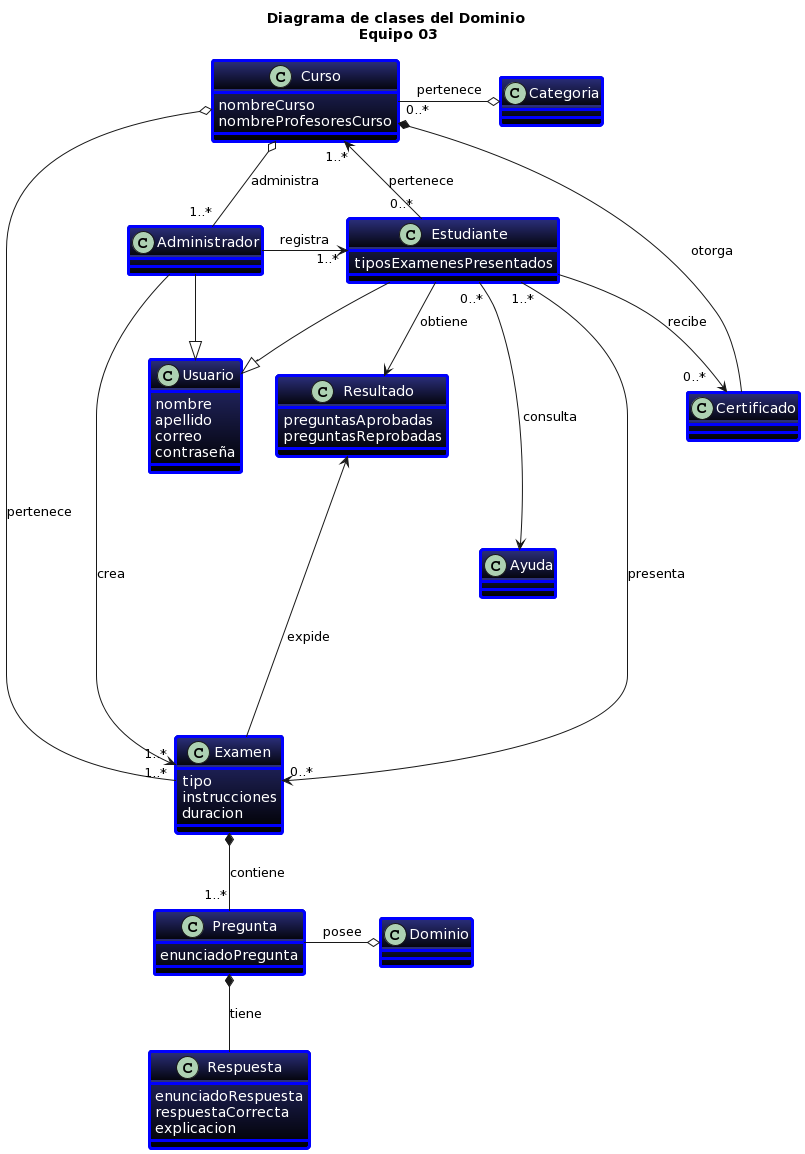
This is docs/scenariosView/diagramaClasesDominio/Diagrama de clases.png from febres35/EdTech_IS, a PlantUML export, as it was before one commit.
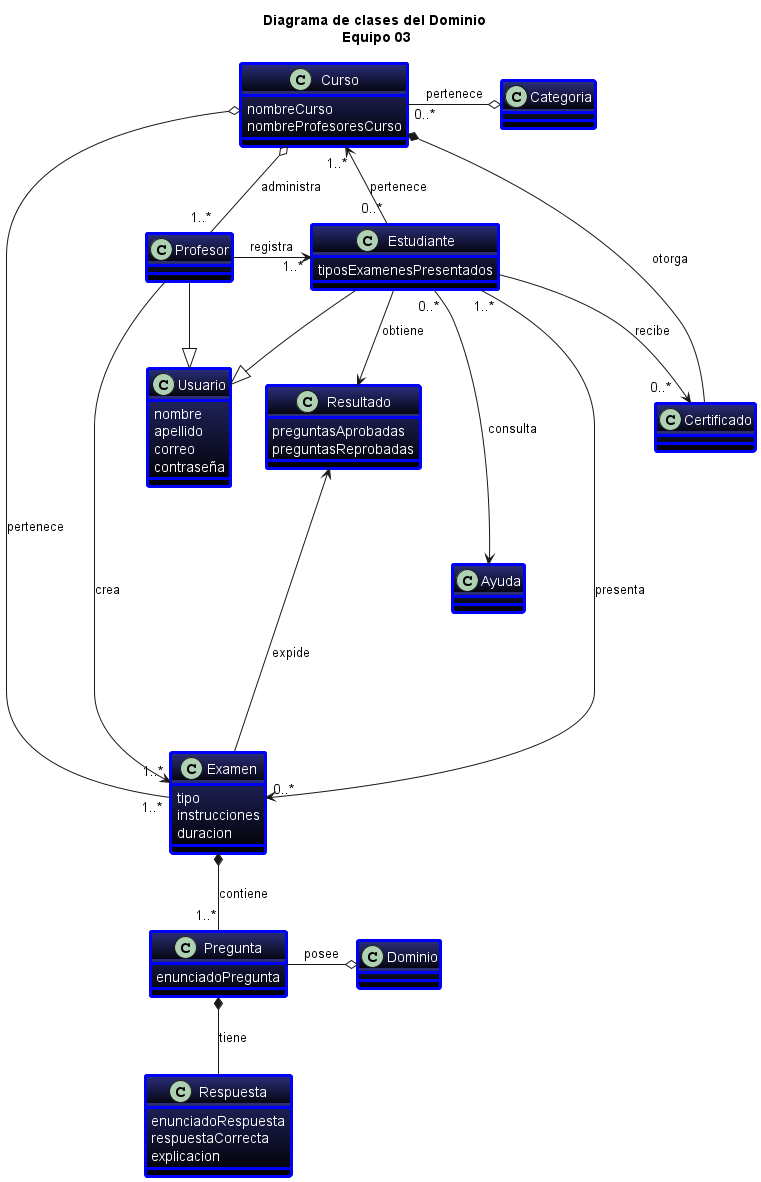
The same diagram one commit later.

Commit message:
Se cambio Administrador por Profesor en el diagrama de clases

Diff of the diagram source:
```diff
@@ -1,4 +1,5 @@
-@startuml
+@startuml "Diagrama de clases"
+
 title "Diagrama de clases del Dominio\n Equipo 03"
 
 skinparam Class{
@@ -13,7 +14,7 @@
   correo
   contraseña
 }
-class Administrador
+class Profesor
 
 class Estudiante{
   tiposExamenesPresentados
@@ -51,12 +52,12 @@
 class Certificado{
 }
 
-Usuario <|-left- Administrador
+Usuario <|-left- Profesor
 Usuario <|-up- Estudiante
 
-Administrador --> "1..*"Examen: crea
-Administrador -right-> "     1..*"Estudiante: registra
-Administrador "    1..*"-up-o Curso: administra
+Profesor --> "1..*"Examen: crea
+Profesor -right-> "     1..*"Estudiante: registra
+Profesor "    1..*"-up-o Curso: administra
 
 Estudiante "0..*"-right->"    1..*"Curso: pertenece
 Estudiante "1..*"-right-> "0..* "Examen: presenta
@@ -66,10 +67,12 @@
 
 Examen *-down- "1..*"Pregunta: contiene
 Examen -up---> Resultado: expide
+
 Pregunta *-down- Respuesta: tiene
 Pregunta -right-o Dominio: posee
 
 Curso "0..*" -right-o Categoria: pertenece
 Curso o----- "1..*"Examen: pertenece
 Curso *- Certificado: otorga
+
 @enduml
```
